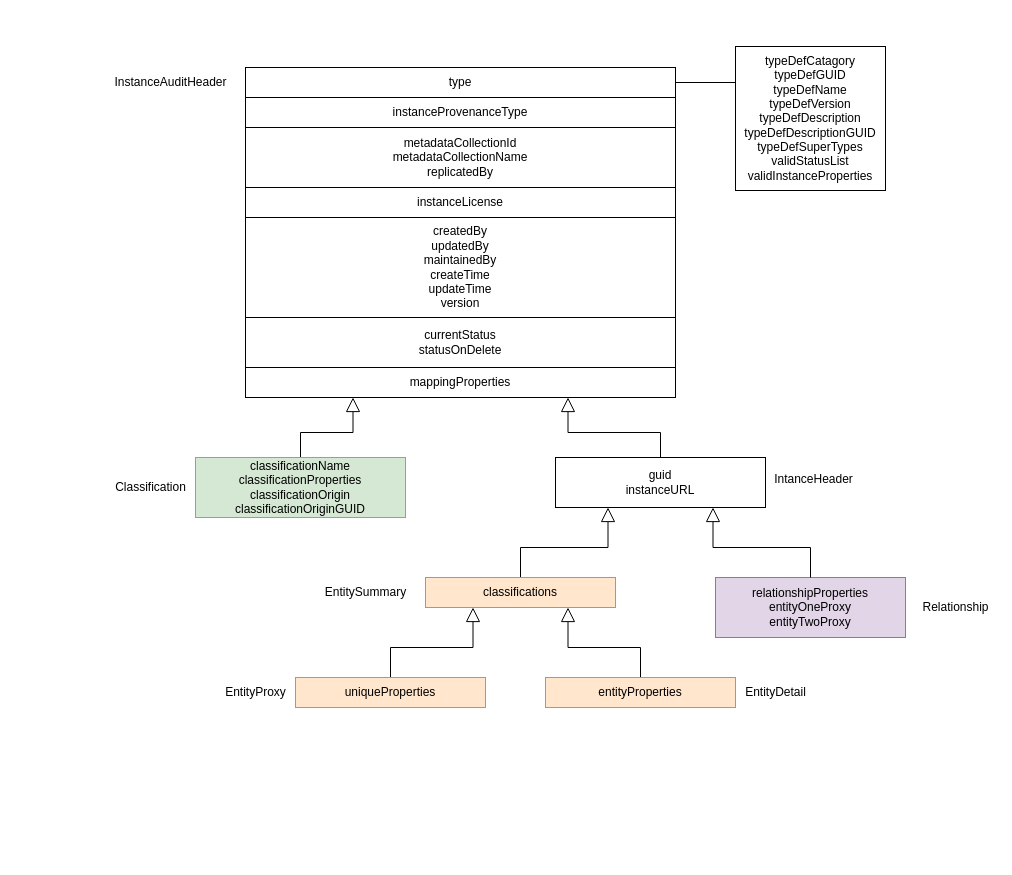
odpi/egeria-docs keeps this draw.io diagram as page "structure" (2 of 4) of site/docs/concepts/open-metadata-instances.drawio. Above is the earlier version. Source tidied: cells renumbered, new cells numbered last; positions are measured from the earlier drawing's top-left corner, leaving out a move shared by most shapes. Both pictures are drawn from the tidied source at 100%, with x=0, y=0 at pixel (105, 46).
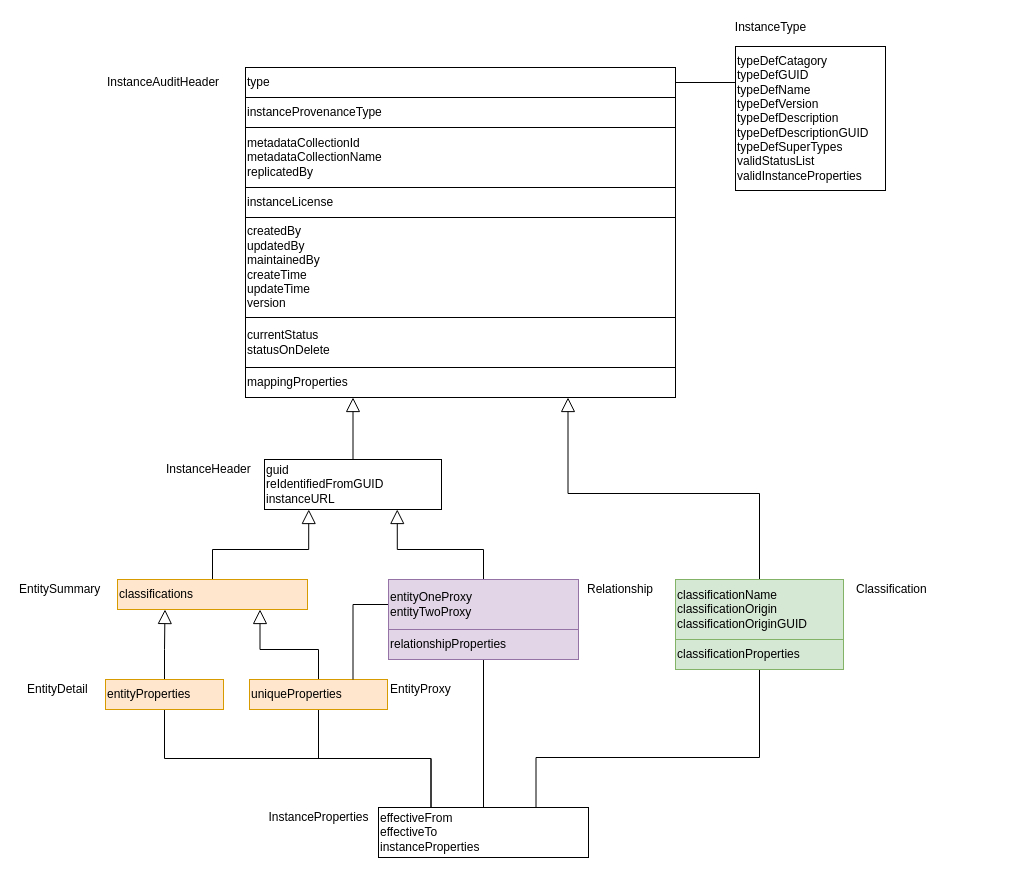
Above is the later version.

The edit, as a diff of the source:
```diff
@@
-    <mxCell id="2" value="instanceProvenanceType" style="rounded=0;whiteSpace=wrap;html=1;" parent="1" vertex="1">
+    <mxCell id="2" value="instanceProvenanceType" style="rounded=0;whiteSpace=wrap;html=1;align=left;" parent="1" vertex="1">
       <mxGeometry x="140" y="51" width="430" height="30" as="geometry" />
     </mxCell>
-    <mxCell id="3" value="metadataCollectionId&lt;br&gt;metadataCollectionName&lt;br&gt;replicatedBy" style="rounded=0;whiteSpace=wrap;html=1;" parent="1" vertex="1">
+    <mxCell id="3" value="metadataCollectionId&lt;br&gt;metadataCollectionName&lt;br&gt;replicatedBy" style="rounded=0;whiteSpace=wrap;html=1;align=left;" parent="1" vertex="1">
       <mxGeometry x="140" y="81" width="430" height="60" as="geometry" />
     </mxCell>
-    <mxCell id="4" value="instanceLicense" style="rounded=0;whiteSpace=wrap;html=1;" parent="1" vertex="1">
+    <mxCell id="4" value="instanceLicense" style="rounded=0;whiteSpace=wrap;html=1;align=left;" parent="1" vertex="1">
       <mxGeometry x="140" y="141" width="430" height="30" as="geometry" />
     </mxCell>
-    <mxCell id="5" value="createdBy&lt;br&gt;updatedBy&lt;br&gt;maintainedBy&lt;br&gt;createTime&lt;br&gt;updateTime&lt;br&gt;version" style="rounded=0;whiteSpace=wrap;html=1;" parent="1" vertex="1">
+    <mxCell id="5" value="createdBy&lt;br&gt;updatedBy&lt;br&gt;maintainedBy&lt;br&gt;createTime&lt;br&gt;updateTime&lt;br&gt;version" style="rounded=0;whiteSpace=wrap;html=1;align=left;" parent="1" vertex="1">
       <mxGeometry x="140" y="171" width="430" height="100" as="geometry" />
     </mxCell>
-    <mxCell id="6" value="currentStatus&lt;br&gt;statusOnDelete" style="rounded=0;whiteSpace=wrap;html=1;" parent="1" vertex="1">
+    <mxCell id="6" value="currentStatus&lt;br&gt;statusOnDelete" style="rounded=0;whiteSpace=wrap;html=1;align=left;" parent="1" vertex="1">
       <mxGeometry x="140" y="271" width="430" height="50" as="geometry" />
     </mxCell>
-    <mxCell id="7" value="mappingProperties" style="rounded=0;whiteSpace=wrap;html=1;" parent="1" vertex="1">
+    <mxCell id="7" value="mappingProperties" style="rounded=0;whiteSpace=wrap;html=1;align=left;" parent="1" vertex="1">
       <mxGeometry x="140" y="321" width="430" height="30" as="geometry" />
     </mxCell>
-    <mxCell id="8" style="edgeStyle=orthogonalEdgeStyle;rounded=0;jettySize=auto;html=1;exitX=0.5;exitY=0;exitDx=0;exitDy=0;entryX=0.25;entryY=1;entryDx=0;entryDy=0;endArrow=block;endFill=0;strokeWidth=1;endSize=12;" parent="1" edge="1" source="9" target="7">
+    <mxCell id="8" style="edgeStyle=orthogonalEdgeStyle;rounded=0;jettySize=auto;html=1;exitX=0.5;exitY=0;exitDx=0;exitDy=0;entryX=0.75;entryY=1;entryDx=0;entryDy=0;endArrow=block;endFill=0;strokeWidth=1;endSize=12;align=left;" parent="1" edge="1" source="9" target="7">
       <mxGeometry relative="1" as="geometry" />
     </mxCell>
-    <mxCell id="9" value="classificationName&lt;br&gt;classificationProperties&lt;br&gt;classificationOrigin&lt;br&gt;classificationOriginGUID" style="rounded=0;whiteSpace=wrap;html=1;fillColor=#d5e8d4;strokeColor=#82b366;" parent="1" vertex="1">
-      <mxGeometry x="90" y="411" width="210" height="60" as="geometry" />
+    <mxCell id="9" value="classificationName&lt;br&gt;classificationOrigin&lt;br&gt;classificationOriginGUID" style="rounded=0;whiteSpace=wrap;html=1;fillColor=#d5e8d4;strokeColor=#82b366;align=left;" parent="1" vertex="1">
+      <mxGeometry x="570" y="533" width="168" height="60" as="geometry" />
     </mxCell>
-    <mxCell id="10" style="edgeStyle=orthogonalEdgeStyle;rounded=0;jettySize=auto;html=1;exitX=0.5;exitY=0;exitDx=0;exitDy=0;entryX=0.75;entryY=1;entryDx=0;entryDy=0;endArrow=block;endFill=0;endSize=12;strokeWidth=1;" parent="1" edge="1" source="11" target="7">
+    <mxCell id="10" style="edgeStyle=orthogonalEdgeStyle;rounded=0;jettySize=auto;html=1;exitX=0.5;exitY=0;exitDx=0;exitDy=0;entryX=0.25;entryY=1;entryDx=0;entryDy=0;endArrow=block;endFill=0;endSize=12;strokeWidth=1;align=left;" parent="1" edge="1" source="11" target="7">
       <mxGeometry relative="1" as="geometry" />
     </mxCell>
-    <mxCell id="11" value="guid&lt;br&gt;instanceURL" style="rounded=0;whiteSpace=wrap;html=1;" parent="1" vertex="1">
-      <mxGeometry x="450" y="411" width="210" height="50" as="geometry" />
+    <mxCell id="11" value="guid&lt;br&gt;reIdentifiedFromGUID&lt;br&gt;instanceURL" style="rounded=0;whiteSpace=wrap;html=1;align=left;" parent="1" vertex="1">
+      <mxGeometry x="159" y="413" width="177" height="50" as="geometry" />
     </mxCell>
-    <mxCell id="12" style="edgeStyle=orthogonalEdgeStyle;rounded=0;jettySize=auto;html=1;exitX=0.5;exitY=0;exitDx=0;exitDy=0;entryX=0.25;entryY=1;entryDx=0;entryDy=0;endArrow=block;endFill=0;endSize=12;strokeWidth=1;" parent="1" edge="1" source="13" target="11">
+    <mxCell id="12" style="edgeStyle=orthogonalEdgeStyle;rounded=0;jettySize=auto;html=1;exitX=0.5;exitY=0;exitDx=0;exitDy=0;entryX=0.25;entryY=1;entryDx=0;entryDy=0;endArrow=block;endFill=0;endSize=12;strokeWidth=1;align=left;" parent="1" edge="1" source="13" target="11">
       <mxGeometry relative="1" as="geometry" />
     </mxCell>
-    <mxCell id="13" value="classifications" style="rounded=0;whiteSpace=wrap;html=1;fillColor=#ffe6cc;strokeColor=#d79b00;" parent="1" vertex="1">
-      <mxGeometry x="320" y="531" width="190" height="30" as="geometry" />
+    <mxCell id="13" value="classifications" style="rounded=0;whiteSpace=wrap;html=1;fillColor=#ffe6cc;strokeColor=#d79b00;align=left;" parent="1" vertex="1">
+      <mxGeometry x="12" y="533" width="190" height="30" as="geometry" />
     </mxCell>
-    <mxCell id="14" style="edgeStyle=orthogonalEdgeStyle;rounded=0;jettySize=auto;html=1;exitX=0.5;exitY=0;exitDx=0;exitDy=0;entryX=0.25;entryY=1;entryDx=0;entryDy=0;endArrow=block;endFill=0;endSize=12;strokeWidth=1;" parent="1" edge="1" source="15" target="13">
+    <mxCell id="14" style="edgeStyle=orthogonalEdgeStyle;rounded=0;jettySize=auto;html=1;exitX=0.5;exitY=0;exitDx=0;exitDy=0;entryX=0.75;entryY=1;entryDx=0;entryDy=0;endArrow=block;endFill=0;endSize=12;strokeWidth=1;align=left;" parent="1" edge="1" source="15" target="13">
       <mxGeometry relative="1" as="geometry" />
     </mxCell>
+    <mxCell id="30" style="edgeStyle=orthogonalEdgeStyle;rounded=0;jettySize=auto;html=1;exitX=0.5;exitY=1;exitDx=0;exitDy=0;endArrow=none;endFill=0;entryX=0.25;entryY=0;entryDx=0;entryDy=0;" parent="1" edge="1" source="15" target="34">
+      <mxGeometry relative="1" as="geometry" />
+    </mxCell>
-    <mxCell id="15" value="uniqueProperties" style="rounded=0;whiteSpace=wrap;html=1;fillColor=#ffe6cc;strokeColor=#d79b00;" parent="1" vertex="1">
-      <mxGeometry x="190" y="631" width="190" height="30" as="geometry" />
+    <mxCell id="15" value="uniqueProperties" style="rounded=0;whiteSpace=wrap;html=1;fillColor=#ffe6cc;strokeColor=#d79b00;align=left;" parent="1" vertex="1">
+      <mxGeometry x="144" y="633" width="138" height="30" as="geometry" />
     </mxCell>
-    <mxCell id="16" style="edgeStyle=orthogonalEdgeStyle;rounded=0;jettySize=auto;html=1;exitX=0.5;exitY=0;exitDx=0;exitDy=0;entryX=0.75;entryY=1;entryDx=0;entryDy=0;endArrow=block;endFill=0;endSize=12;strokeWidth=1;" parent="1" edge="1" source="17" target="13">
+    <mxCell id="16" style="edgeStyle=orthogonalEdgeStyle;rounded=0;jettySize=auto;html=1;exitX=0.5;exitY=0;exitDx=0;exitDy=0;entryX=0.25;entryY=1;entryDx=0;entryDy=0;endArrow=block;endFill=0;endSize=12;strokeWidth=1;align=left;" parent="1" edge="1" source="17" target="13">
       <mxGeometry relative="1" as="geometry" />
     </mxCell>
+    <mxCell id="31" style="edgeStyle=orthogonalEdgeStyle;rounded=0;jettySize=auto;html=1;exitX=0.5;exitY=1;exitDx=0;exitDy=0;endArrow=none;endFill=0;entryX=0.25;entryY=0;entryDx=0;entryDy=0;" parent="1" edge="1" source="17" target="34">
+      <mxGeometry relative="1" as="geometry" />
+    </mxCell>
-    <mxCell id="17" value="entityProperties" style="rounded=0;whiteSpace=wrap;html=1;fillColor=#ffe6cc;strokeColor=#d79b00;" parent="1" vertex="1">
-      <mxGeometry x="440" y="631" width="190" height="30" as="geometry" />
+    <mxCell id="17" value="entityProperties" style="rounded=0;whiteSpace=wrap;html=1;fillColor=#ffe6cc;strokeColor=#d79b00;align=left;" parent="1" vertex="1">
+      <mxGeometry y="633" width="118" height="30" as="geometry" />
     </mxCell>
-    <mxCell id="18" style="edgeStyle=orthogonalEdgeStyle;rounded=0;jettySize=auto;html=1;exitX=1;exitY=0.5;exitDx=0;exitDy=0;entryX=0;entryY=0.25;entryDx=0;entryDy=0;endArrow=none;endFill=0;endSize=12;strokeWidth=1;" parent="1" edge="1" source="19" target="20">
+    <mxCell id="18" style="edgeStyle=orthogonalEdgeStyle;rounded=0;jettySize=auto;html=1;exitX=1;exitY=0.5;exitDx=0;exitDy=0;entryX=0;entryY=0.25;entryDx=0;entryDy=0;endArrow=none;endFill=0;endSize=12;strokeWidth=1;align=left;" parent="1" edge="1" source="19" target="20">
       <mxGeometry relative="1" as="geometry" />
     </mxCell>
-    <mxCell id="19" value="type" style="rounded=0;whiteSpace=wrap;html=1;" parent="1" vertex="1">
+    <mxCell id="19" value="type" style="rounded=0;whiteSpace=wrap;html=1;align=left;" parent="1" vertex="1">
       <mxGeometry x="140" y="21" width="430" height="30" as="geometry" />
     </mxCell>
-    <mxCell id="20" value="typeDefCatagory&lt;br&gt;typeDefGUID&lt;br&gt;typeDefName&lt;br&gt;typeDefVersion&lt;br&gt;typeDefDescription&lt;br&gt;typeDefDescriptionGUID&lt;br&gt;typeDefSuperTypes&lt;br&gt;validStatusList&lt;br&gt;validInstanceProperties" style="rounded=0;whiteSpace=wrap;html=1;" parent="1" vertex="1">
+    <mxCell id="20" value="typeDefCatagory&lt;br&gt;typeDefGUID&lt;br&gt;typeDefName&lt;br&gt;typeDefVersion&lt;br&gt;typeDefDescription&lt;br&gt;typeDefDescriptionGUID&lt;br&gt;typeDefSuperTypes&lt;br&gt;validStatusList&lt;br&gt;validInstanceProperties" style="rounded=0;whiteSpace=wrap;html=1;align=left;" parent="1" vertex="1">
       <mxGeometry x="630" width="150" height="144" as="geometry" />
     </mxCell>
+    <mxCell id="32" style="edgeStyle=orthogonalEdgeStyle;rounded=0;jettySize=auto;html=1;exitX=0.5;exitY=1;exitDx=0;exitDy=0;endArrow=none;endFill=0;" parent="1" edge="1" source="21" target="34">
+      <mxGeometry relative="1" as="geometry" />
+    </mxCell>
-    <mxCell id="21" value="relationshipProperties&lt;br&gt;entityOneProxy&lt;br&gt;entityTwoProxy" style="rounded=0;whiteSpace=wrap;html=1;fillColor=#e1d5e7;strokeColor=#9673a6;" parent="1" vertex="1">
-      <mxGeometry x="610" y="531" width="190" height="60" as="geometry" />
+    <mxCell id="21" value="relationshipProperties" style="rounded=0;whiteSpace=wrap;html=1;fillColor=#e1d5e7;strokeColor=#9673a6;align=left;" parent="1" vertex="1">
+      <mxGeometry x="283" y="583" width="190" height="30" as="geometry" />
     </mxCell>
-    <mxCell id="22" style="edgeStyle=orthogonalEdgeStyle;rounded=0;jettySize=auto;html=1;entryX=0.75;entryY=1;entryDx=0;entryDy=0;endArrow=block;endFill=0;endSize=12;strokeWidth=1;" parent="1" edge="1" source="21" target="11">
+    <mxCell id="22" style="edgeStyle=orthogonalEdgeStyle;rounded=0;jettySize=auto;html=1;entryX=0.75;entryY=1;entryDx=0;entryDy=0;endArrow=block;endFill=0;endSize=12;strokeWidth=1;align=left;" parent="1" edge="1" source="37" target="11">
       <mxGeometry relative="1" as="geometry" />
     </mxCell>
-    <mxCell id="23" value="EntitySummary" style="text;html=1;align=center;verticalAlign=middle;" parent="1" vertex="1">
-      <mxGeometry x="210" y="536" width="100" height="20" as="geometry" />
+    <mxCell id="23" value="EntitySummary" style="text;html=1;align=left;verticalAlign=middle;" parent="1" vertex="1">
+      <mxGeometry x="-88" y="533" width="100" height="20" as="geometry" />
     </mxCell>
-    <mxCell id="24" value="EntityProxy" style="text;html=1;align=center;verticalAlign=middle;" parent="1" vertex="1">
-      <mxGeometry x="110" y="636" width="80" height="20" as="geometry" />
+    <mxCell id="24" value="EntityProxy" style="text;html=1;align=left;verticalAlign=middle;" parent="1" vertex="1">
+      <mxGeometry x="283" y="633" width="80" height="20" as="geometry" />
     </mxCell>
-    <mxCell id="25" value="EntityDetail" style="text;html=1;align=center;verticalAlign=middle;" parent="1" vertex="1">
-      <mxGeometry x="630" y="636" width="80" height="20" as="geometry" />
+    <mxCell id="25" value="EntityDetail" style="text;html=1;align=left;verticalAlign=middle;" parent="1" vertex="1">
+      <mxGeometry x="-80" y="633" width="80" height="20" as="geometry" />
     </mxCell>
-    <mxCell id="26" value="Relationship" style="text;html=1;align=center;verticalAlign=middle;" parent="1" vertex="1">
-      <mxGeometry x="810" y="551" width="80" height="20" as="geometry" />
+    <mxCell id="26" value="Relationship" style="text;html=1;align=left;verticalAlign=middle;" parent="1" vertex="1">
+      <mxGeometry x="480" y="533" width="80" height="20" as="geometry" />
     </mxCell>
-    <mxCell id="27" value="InstanceAuditHeader" style="text;html=1;align=center;verticalAlign=middle;" parent="1" vertex="1">
+    <mxCell id="27" value="InstanceAuditHeader" style="text;html=1;align=left;verticalAlign=middle;" parent="1" vertex="1">
       <mxGeometry y="26" width="130" height="20" as="geometry" />
     </mxCell>
-    <mxCell id="28" value="Classification" style="text;html=1;align=center;verticalAlign=middle;" parent="1" vertex="1">
-      <mxGeometry y="431" width="90" height="20" as="geometry" />
+    <mxCell id="28" value="Classification" style="text;html=1;align=left;verticalAlign=middle;" parent="1" vertex="1">
+      <mxGeometry x="749" y="533" width="90" height="20" as="geometry" />
     </mxCell>
-    <mxCell id="29" value="IntanceHeader" style="text;html=1;align=center;verticalAlign=middle;" parent="1" vertex="1">
-      <mxGeometry x="663" y="423" width="90" height="20" as="geometry" />
+    <mxCell id="29" value="InstanceHeader" style="text;html=1;align=left;verticalAlign=middle;" parent="1" vertex="1">
+      <mxGeometry x="59" y="413" width="100" height="20" as="geometry" />
     </mxCell>
+    <mxCell id="33" value="InstanceType" style="text;html=1;align=center;verticalAlign=middle;strokeColor=none;fillColor=none;" parent="1" vertex="1">
+      <mxGeometry x="620" y="-29" width="90" height="20" as="geometry" />
+    </mxCell>
+    <mxCell id="34" value="effectiveFrom&lt;br&gt;effectiveTo&lt;br&gt;instanceProperties" style="rounded=0;whiteSpace=wrap;html=1;align=left;" parent="1" vertex="1">
+      <mxGeometry x="273" y="761" width="210" height="50" as="geometry" />
+    </mxCell>
+    <mxCell id="35" value="InstanceProperties" style="text;html=1;align=center;verticalAlign=middle;strokeColor=none;fillColor=none;" parent="1" vertex="1">
+      <mxGeometry x="153" y="761" width="120" height="20" as="geometry" />
+    </mxCell>
+    <mxCell id="36" style="edgeStyle=orthogonalEdgeStyle;rounded=0;jettySize=auto;html=1;exitX=0;exitY=0.5;exitDx=0;exitDy=0;entryX=0.75;entryY=0;entryDx=0;entryDy=0;endArrow=none;endFill=0;" parent="1" edge="1" source="37" target="15">
+      <mxGeometry relative="1" as="geometry" />
+    </mxCell>
+    <mxCell id="37" value="entityOneProxy&lt;br&gt;entityTwoProxy" style="rounded=0;whiteSpace=wrap;html=1;fillColor=#e1d5e7;strokeColor=#9673a6;align=left;" parent="1" vertex="1">
+      <mxGeometry x="283" y="533" width="190" height="50" as="geometry" />
+    </mxCell>
+    <mxCell id="38" style="edgeStyle=orthogonalEdgeStyle;rounded=0;jettySize=auto;html=1;exitX=0.5;exitY=1;exitDx=0;exitDy=0;endArrow=none;endFill=0;entryX=0.75;entryY=0;entryDx=0;entryDy=0;" parent="1" edge="1" source="39" target="34">
+      <mxGeometry relative="1" as="geometry">
+        <Array as="points">
+          <mxPoint x="654" y="711" />
+          <mxPoint x="431" y="711" />
+        </Array>
+      </mxGeometry>
+    </mxCell>
+    <mxCell id="39" value="classificationProperties" style="rounded=0;whiteSpace=wrap;html=1;fillColor=#d5e8d4;strokeColor=#82b366;align=left;" parent="1" vertex="1">
+      <mxGeometry x="570" y="593" width="168" height="30" as="geometry" />
+    </mxCell>
```
